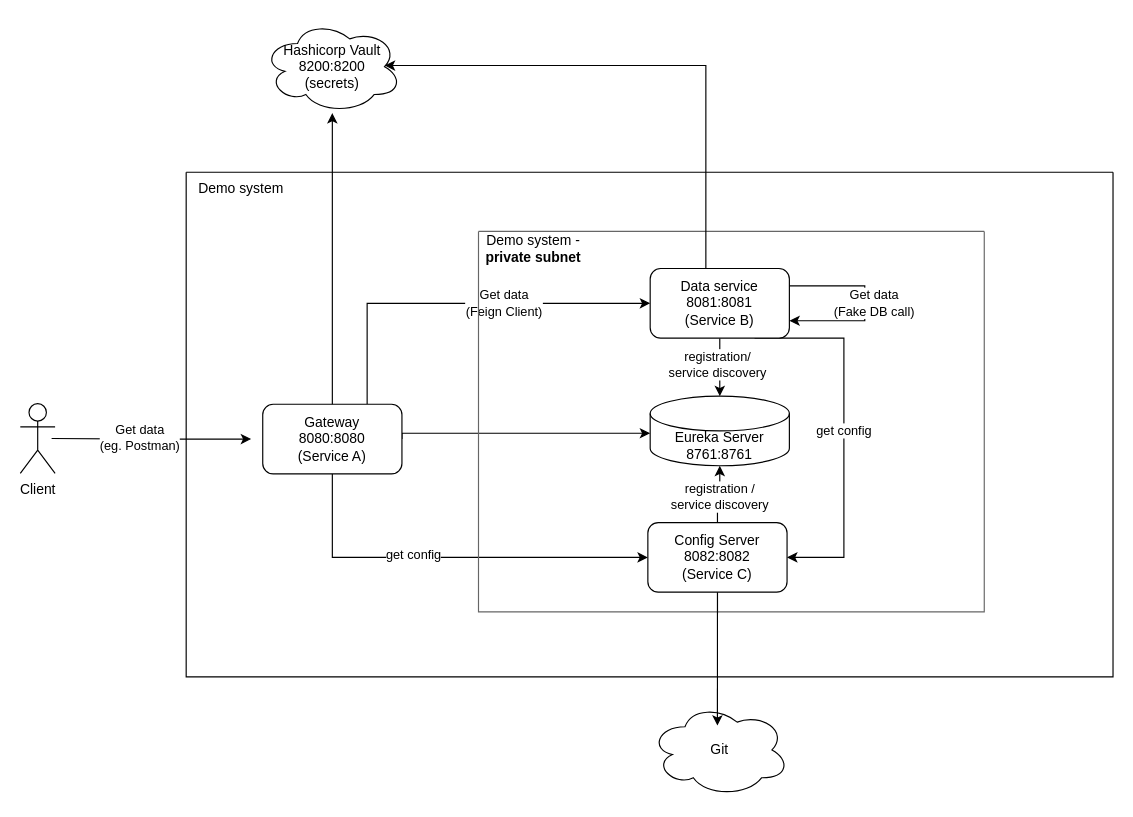
Before: architecture.drawio in mcaniga/instea-microservices-presentation, a draw.io diagram. Source tidied: cells renumbered, new cells numbered last; positions are measured from the earlier drawing's top-left corner, leaving out a move shared by most shapes. Both pictures are drawn from the tidied source at 116%, with x=0, y=0 at pixel (20, 20).
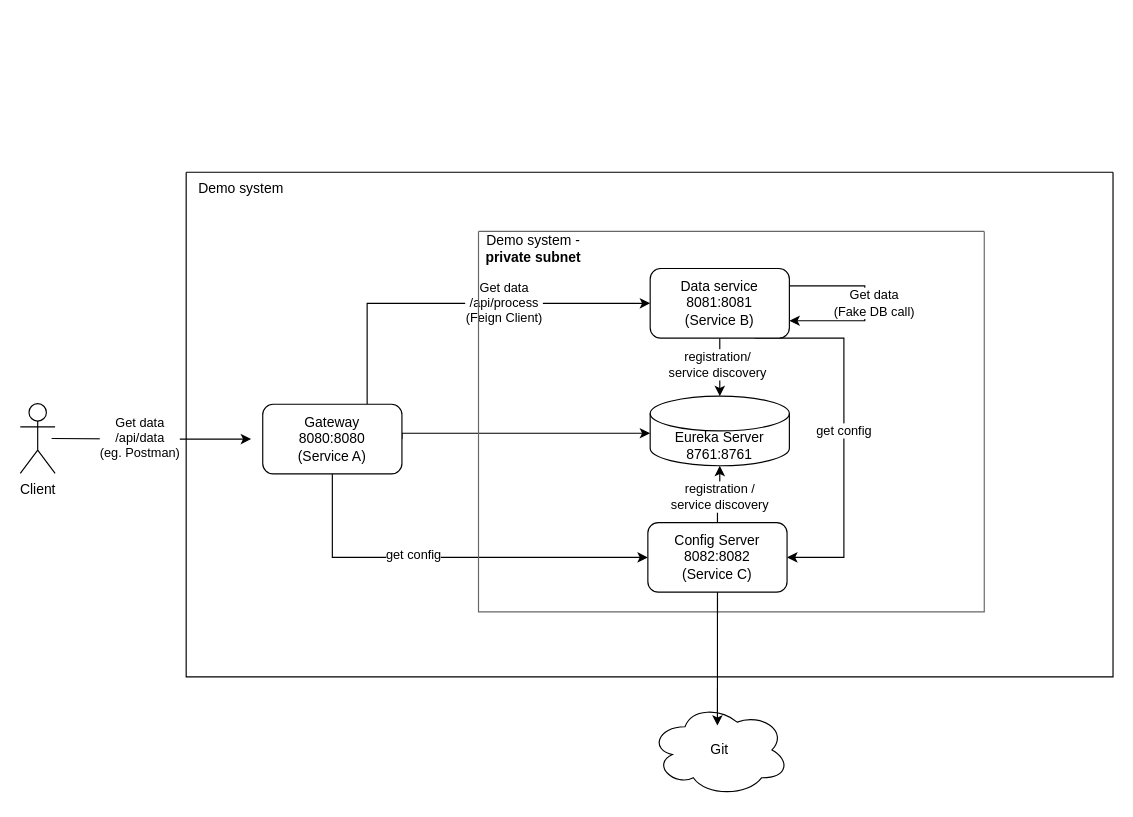
The same diagram, later.

The change refers to these unchanged cells:
```xml
<mxCell id="3" style="edgeStyle=orthogonalEdgeStyle;rounded=0;jettySize=auto;html=1;exitX=0.75;exitY=0;exitDx=0;exitDy=0;entryX=0;entryY=0.5;entryDx=0;entryDy=0;" parent="1" edge="1" source="7" target="23">
  <mxGeometry relative="1" as="geometry" />
</mxCell>
<mxCell id="7" value="Gateway&lt;div&gt;8080:8080&lt;br&gt;&lt;div&gt;(Service A)&lt;/div&gt;&lt;/div&gt;" style="rounded=1;whiteSpace=wrap;html=1;" parent="1" vertex="1">
  <mxGeometry x="209" y="331" width="120" height="60" as="geometry" />
</mxCell>
<mxCell id="9" style="edgeStyle=orthogonalEdgeStyle;rounded=0;orthogonalLoop=1;jettySize=auto;html=1;exitX=0.5;exitY=0.5;exitDx=0;exitDy=0;exitPerimeter=0;" parent="1" edge="1">
  <mxGeometry relative="1" as="geometry">
    <mxPoint x="27" y="360.5" as="sourcePoint" />
    <mxPoint x="199" y="361" as="targetPoint" />
  </mxGeometry>
</mxCell>
<mxCell id="23" value="&lt;div&gt;Data service&lt;/div&gt;&lt;div&gt;8081:8081&lt;/div&gt;&lt;div&gt;(Service B)&lt;/div&gt;" style="rounded=1;whiteSpace=wrap;html=1;" parent="12" vertex="1">
  <mxGeometry x="400" y="83" width="120" height="60" as="geometry" />
</mxCell>
```

What changed in the source:
```diff
@@
-    <mxCell id="4" value="Get data&lt;div&gt;(Feign Client)&lt;/div&gt;" style="edgeLabel;html=1;align=center;verticalAlign=middle;" parent="3" vertex="1">
+    <mxCell id="4" value="Get data&lt;div&gt;/api/process&lt;br&gt;&lt;div&gt;(Feign Client)&lt;/div&gt;&lt;/div&gt;" style="edgeLabel;html=1;align=center;verticalAlign=middle;" parent="3" vertex="1">
       <mxGeometry x="0.25" y="-1" relative="1" as="geometry">
         <mxPoint x="-3" y="-2" as="offset" />
       </mxGeometry>
     </mxCell>
@@
-    <mxCell id="10" value="Get data&lt;div&gt;(eg. Postman)&lt;/div&gt;" style="edgeLabel;html=1;align=center;verticalAlign=middle;" parent="9" vertex="1">
+    <mxCell id="10" value="Get data&lt;div&gt;/api/data&lt;br&gt;&lt;div&gt;(eg. Postman)&lt;/div&gt;&lt;/div&gt;" style="edgeLabel;html=1;align=center;verticalAlign=middle;" parent="9" vertex="1">
       <mxGeometry x="-0.13" y="1" relative="1" as="geometry" />
     </mxCell>
@@
-    <mxCell id="26" value="Hashicorp Vault&lt;div&gt;8200:8200&lt;br&gt;&lt;div&gt;(secrets)&lt;/div&gt;&lt;/div&gt;" style="ellipse;shape=cloud;whiteSpace=wrap;html=1;" parent="1" vertex="1">
-      <mxGeometry x="209" width="120" height="80" as="geometry" />
-    </mxCell>
@@
-    <mxCell id="28" style="edgeStyle=orthogonalEdgeStyle;rounded=0;jettySize=auto;html=1;exitX=0.5;exitY=0;exitDx=0;exitDy=0;" parent="1" edge="1" source="7" target="26">
-      <mxGeometry relative="1" as="geometry" />
-    </mxCell>
-    <mxCell id="29" style="edgeStyle=orthogonalEdgeStyle;rounded=0;jettySize=auto;html=1;entryX=0.96;entryY=0.7;entryDx=0;entryDy=0;entryPerimeter=0;" parent="1" edge="1" source="23">
-      <mxGeometry relative="1" as="geometry">
-        <mxPoint x="314.2" y="39" as="targetPoint" />
-        <Array as="points">
-          <mxPoint x="591" y="39" />
-        </Array>
-      </mxGeometry>
-    </mxCell>
```
